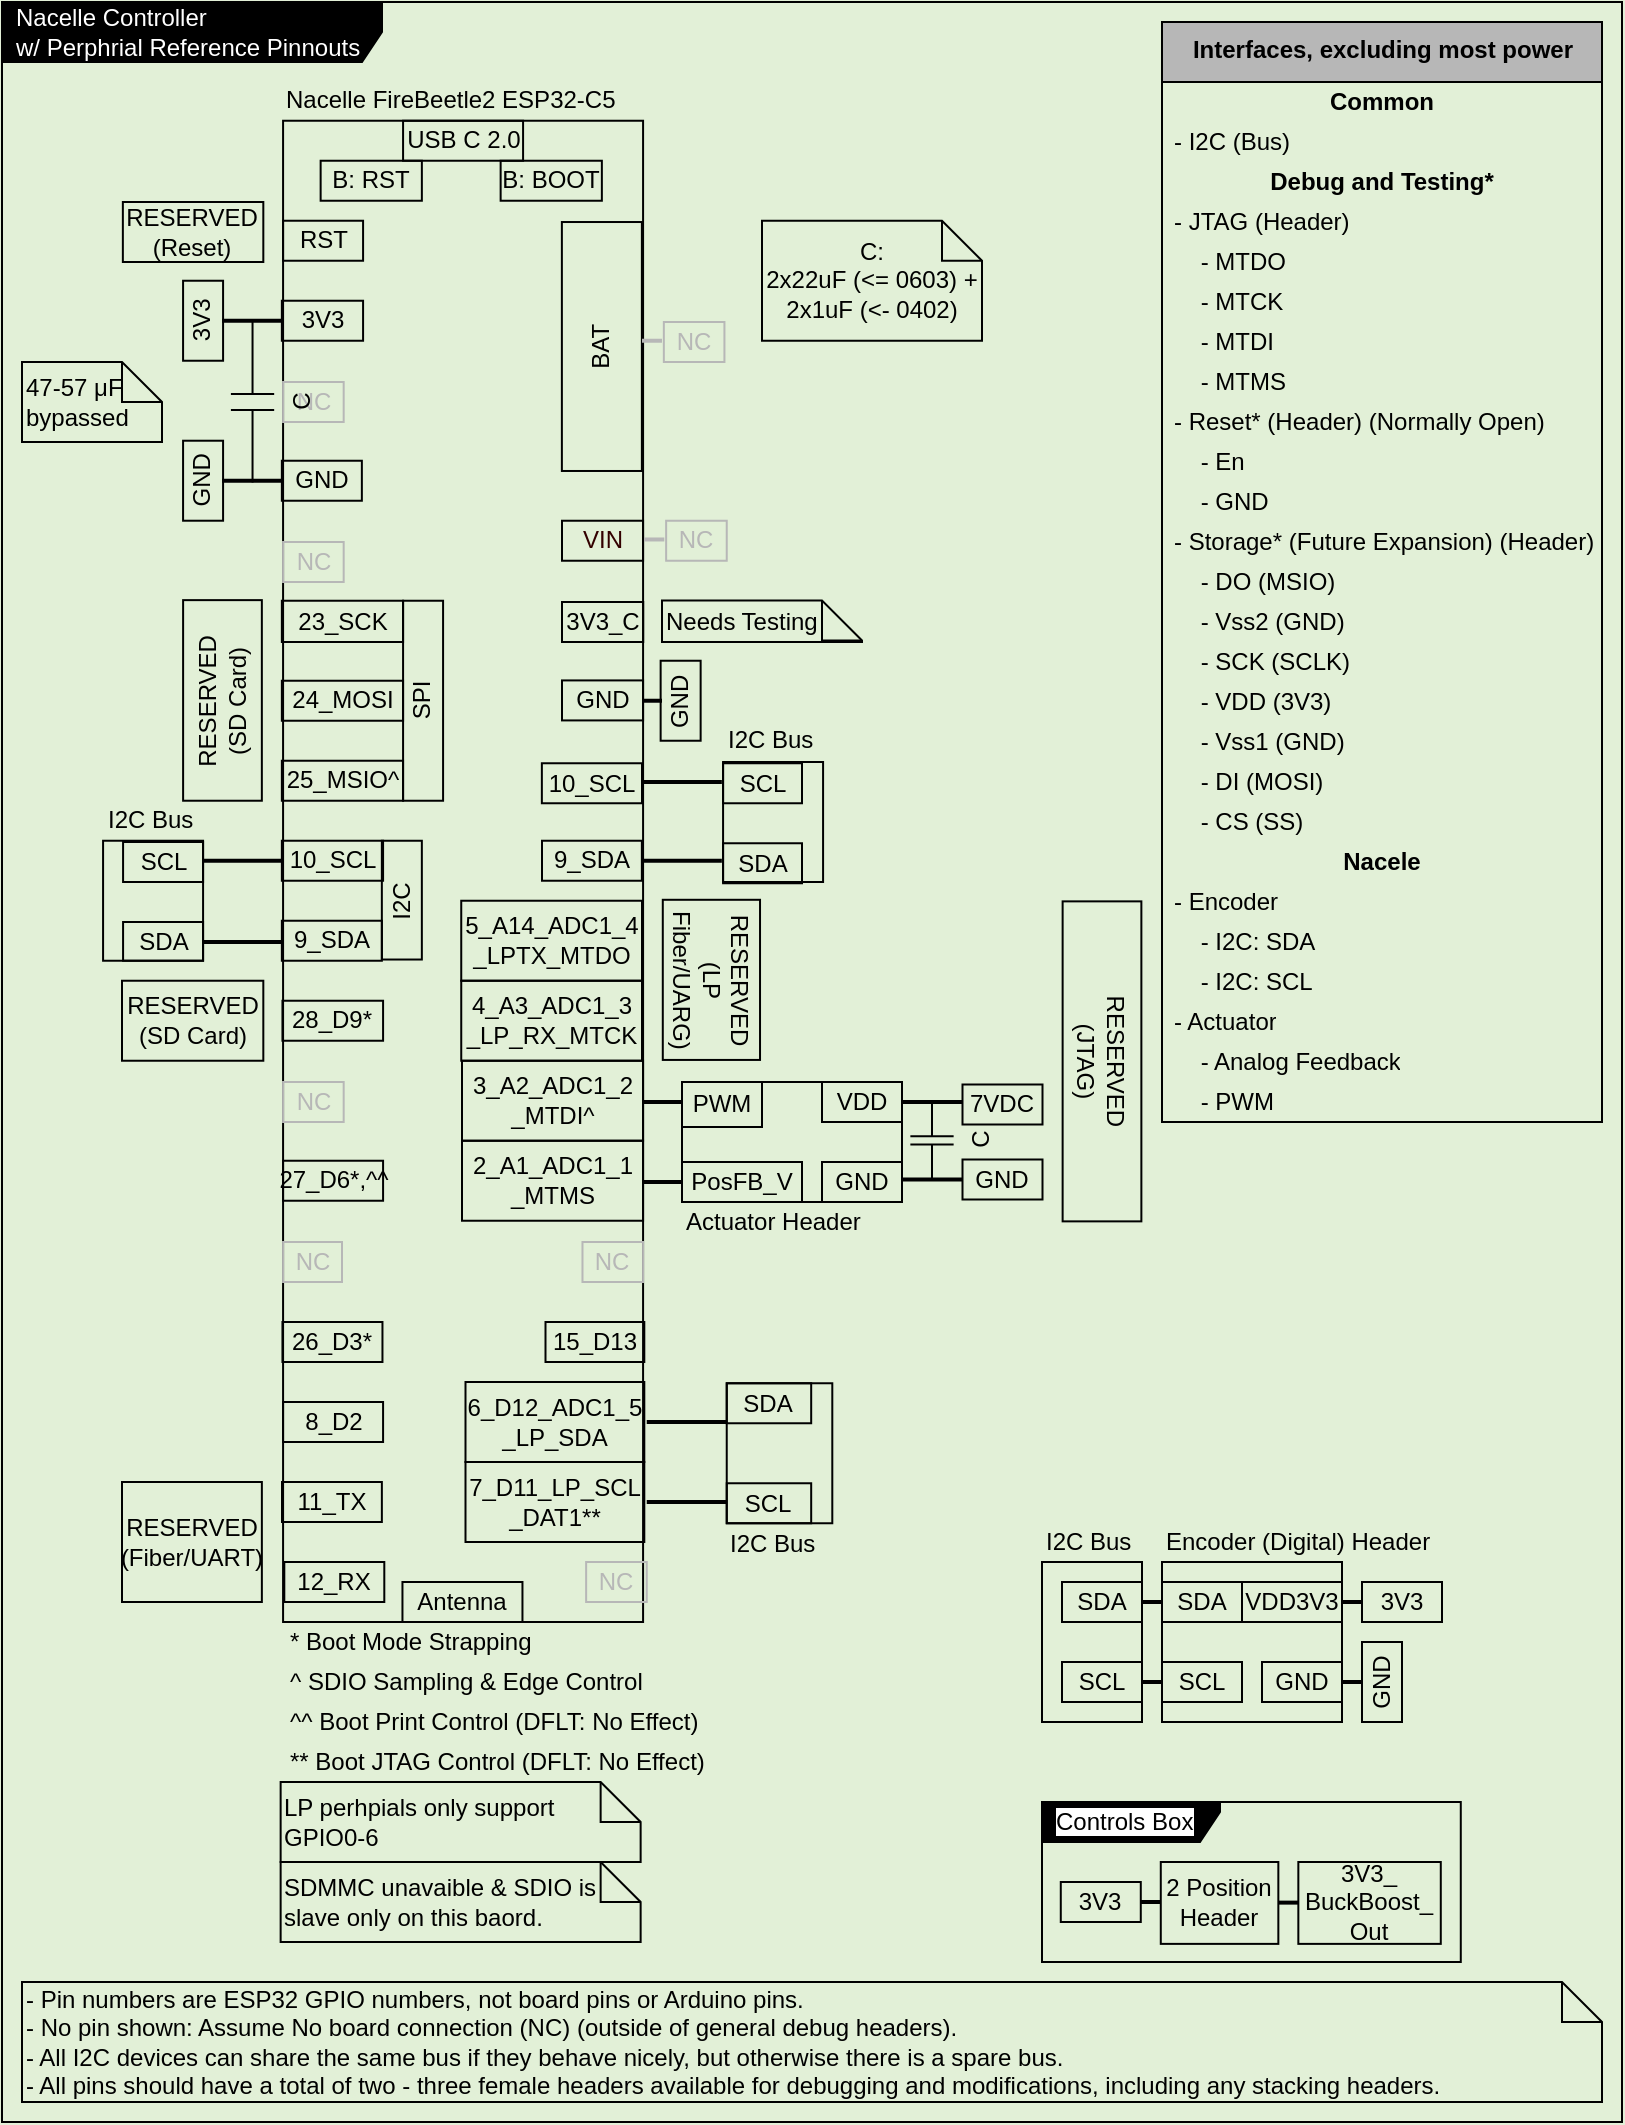
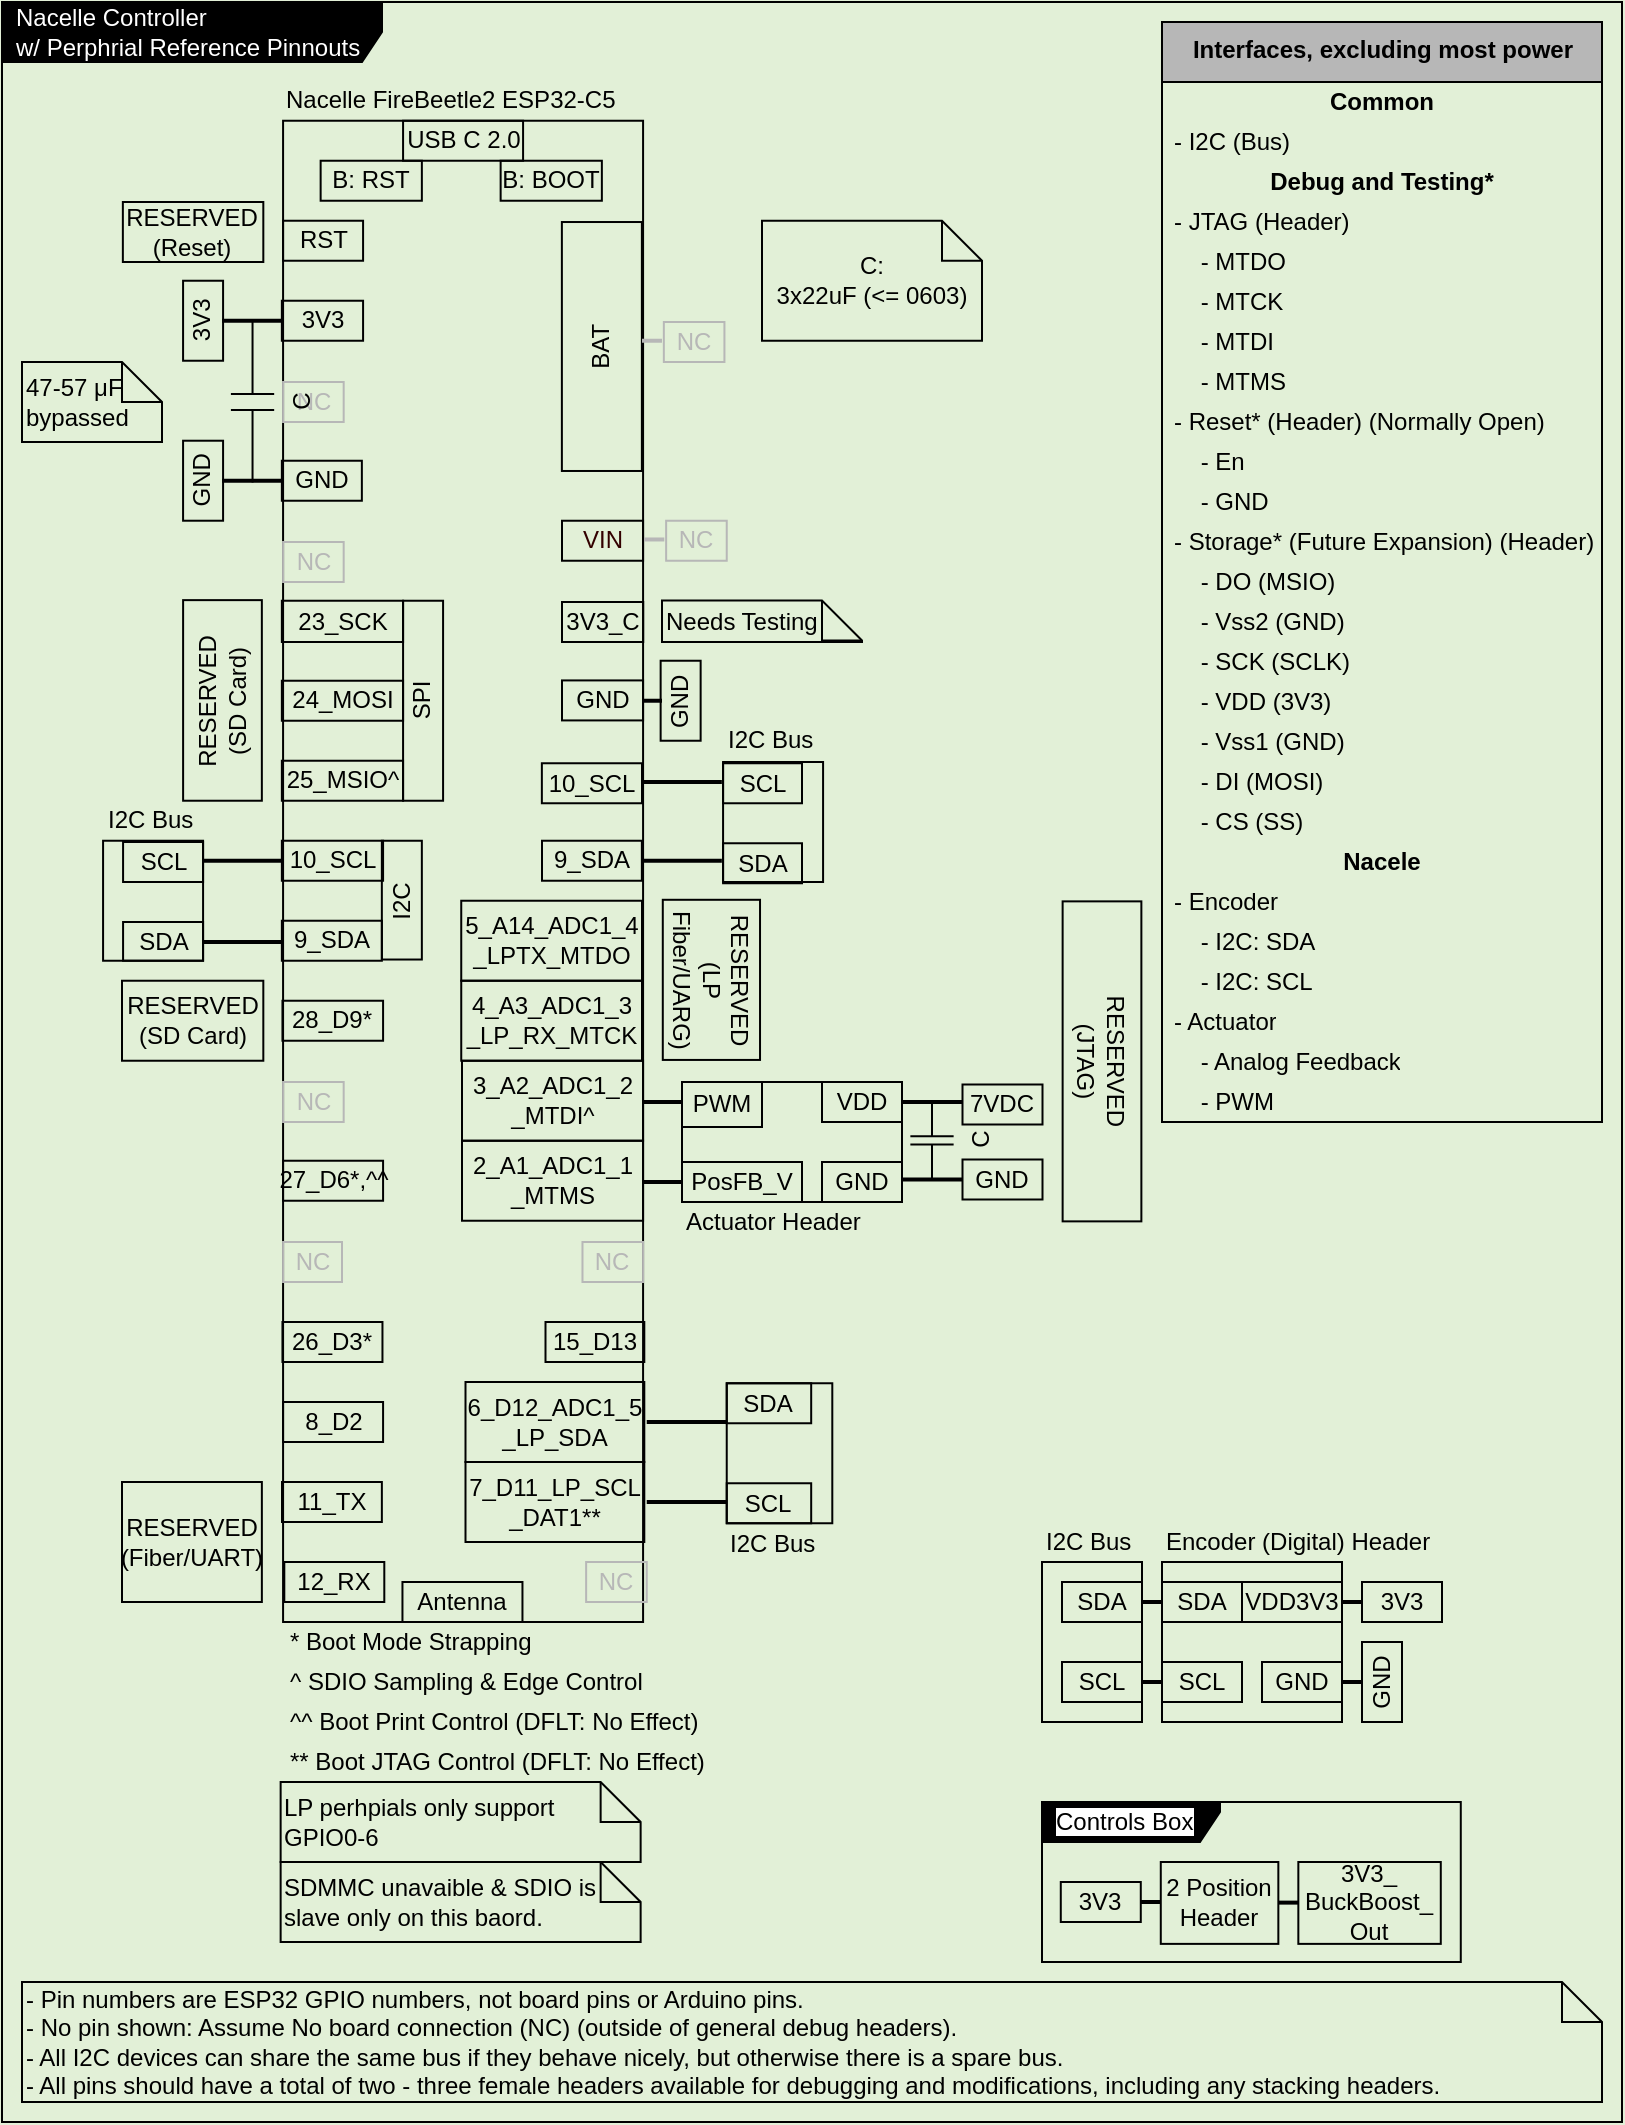
<mxfile host="65bd71144e">
    <diagram id="xW1vHMj48wwB0oUlumkL" name="Page-1">
-         <mxGraphModel dx="610" dy="497" grid="1" gridSize="10" guides="1" tooltips="1" connect="1" arrows="1" fold="1" page="1" pageScale="1" pageWidth="850" pageHeight="1100" background="#E2F0D7" math="0" shadow="0">
+         <mxGraphModel dx="702" dy="571" grid="1" gridSize="10" guides="1" tooltips="1" connect="1" arrows="1" fold="1" page="1" pageScale="1" pageWidth="850" pageHeight="1100" background="#E2F0D7" math="0" shadow="0">
            <root>
                <mxCell id="0"/>
                <mxCell id="1" parent="0"/>
                <mxCell id="521" value="&lt;font color=&quot;#ffffff&quot;&gt;Nacelle Controller&lt;br&gt;w/ Perphrial Reference Pinnouts&lt;/font&gt;" style="shape=umlFrame;whiteSpace=wrap;html=1;width=190;height=30;boundedLbl=1;verticalAlign=middle;align=left;spacingLeft=5;fontColor=#000000;strokeColor=#000000;fillColor=#000000;gradientColor=#000000;fillStyle=solid;movable=1;resizable=1;rotatable=1;deletable=1;editable=1;connectable=1;" parent="1" vertex="1">
                    <mxGeometry x="20" y="20" width="810" height="1060" as="geometry"/>
                </mxCell>
                <mxCell id="40" value="&lt;span style=&quot;color: rgba(0, 0, 0, 0); font-family: monospace; font-size: 0px; text-align: start;&quot;&gt;%3CmxGraphModel%3E%3Croot%3E%3CmxCell%20id%3D%220%22%2F%3E%3CmxCell%20id%3D%221%22%20parent%3D%220%22%2F%3E%3CmxCell%20id%3D%222%22%20value%3D%22Common%22%20style%3D%22text%3Bhtml%3D1%3BstrokeColor%3Dnone%3BfillColor%3Dnone%3Balign%3Dcenter%3BverticalAlign%3Dmiddle%3BspacingLeft%3D4%3BspacingRight%3D4%3Boverflow%3Dhidden%3Brotatable%3D0%3Bpoints%3D%5B%5B0%2C0.5%5D%2C%5B1%2C0.5%5D%5D%3BportConstraint%3Deastwest%3BfontColor%3D%23000000%3B%22%20vertex%3D%221%22%20parent%3D%221%22%3E%3CmxGeometry%20x%3D%22530%22%20y%3D%2280%22%20width%3D%22272.5%22%20height%3D%2220%22%20as%3D%22geometry%22%2F%3E%3C%2FmxCell%3E%3C%2Froot%3E%3C%2FmxGraphModel%3E&lt;/span&gt;" style="rounded=0;whiteSpace=wrap;html=1;fillColor=none;strokeColor=#000000;fontColor=#000000;" parent="1" vertex="1">
                    <mxGeometry x="160.54" y="79.37" width="180" height="750.63" as="geometry"/>
                </mxCell>
                <mxCell id="147" value="3V3" style="text;html=1;strokeColor=#000000;fillColor=none;align=center;verticalAlign=middle;whiteSpace=wrap;rounded=0;fontColor=#000000;rotation=-90;" parent="1" vertex="1">
                    <mxGeometry x="100.53999999999999" y="169.37" width="40" height="20" as="geometry"/>
                </mxCell>
                <mxCell id="41" value="RST" style="text;html=1;strokeColor=#000000;fillColor=none;align=center;verticalAlign=middle;whiteSpace=wrap;rounded=0;fontColor=#000000;" parent="1" vertex="1">
                    <mxGeometry x="160.54" y="129.37" width="40" height="20" as="geometry"/>
                </mxCell>
                <mxCell id="45" value="Nacelle FireBeetle2 ESP32-C5" style="text;html=1;strokeColor=none;fillColor=none;align=left;verticalAlign=middle;whiteSpace=wrap;rounded=0;fontColor=#000000;" parent="1" vertex="1">
                    <mxGeometry x="159.92999999999998" y="59.37" width="180.61" height="20" as="geometry"/>
                </mxCell>
                <mxCell id="46" value="3V3" style="text;html=1;strokeColor=#000000;fillColor=none;align=center;verticalAlign=middle;whiteSpace=wrap;rounded=0;fontColor=#000000;" parent="1" vertex="1">
                    <mxGeometry x="159.92999999999998" y="169.37" width="40.61" height="20" as="geometry"/>
                </mxCell>
                <mxCell id="50" value="GND" style="text;html=1;strokeColor=#000000;fillColor=none;align=center;verticalAlign=middle;whiteSpace=wrap;rounded=0;fontColor=#000000;" parent="1" vertex="1">
                    <mxGeometry x="159.92999999999998" y="249.37" width="40" height="20" as="geometry"/>
                </mxCell>
                <mxCell id="62" value="23_SCK" style="text;html=1;strokeColor=#000000;fillColor=none;align=center;verticalAlign=middle;whiteSpace=wrap;rounded=0;fontColor=#000000;" parent="1" vertex="1">
                    <mxGeometry x="159.92999999999998" y="319.37" width="60.61" height="20.63" as="geometry"/>
                </mxCell>
                <mxCell id="64" value="24_MOSI" style="text;html=1;strokeColor=#000000;fillColor=none;align=center;verticalAlign=middle;whiteSpace=wrap;rounded=0;fontColor=#000000;" parent="1" vertex="1">
                    <mxGeometry x="159.92999999999998" y="359.37" width="60.61" height="20" as="geometry"/>
                </mxCell>
                <mxCell id="66" value="25_MSIO^" style="text;html=1;strokeColor=#000000;fillColor=none;align=center;verticalAlign=middle;whiteSpace=wrap;rounded=0;fontColor=#000000;" parent="1" vertex="1">
                    <mxGeometry x="159.92999999999998" y="399.37" width="60.61" height="20" as="geometry"/>
                </mxCell>
                <mxCell id="69" value="10_SCL" style="text;html=1;strokeColor=#000000;fillColor=none;align=center;verticalAlign=middle;whiteSpace=wrap;rounded=0;fontColor=#000000;" parent="1" vertex="1">
                    <mxGeometry x="289.93" y="400.63" width="50.07" height="20" as="geometry"/>
                </mxCell>
                <mxCell id="71" value="9_SDA" style="text;html=1;strokeColor=#000000;fillColor=none;align=center;verticalAlign=middle;whiteSpace=wrap;rounded=0;fontColor=#000000;" parent="1" vertex="1">
                    <mxGeometry x="290" y="439.37" width="49.93" height="20" as="geometry"/>
                </mxCell>
                <mxCell id="73" value="5_A14_ADC1_4&lt;br&gt;_LPTX_MTDO" style="text;html=1;strokeColor=#000000;fillColor=none;align=center;verticalAlign=middle;whiteSpace=wrap;rounded=0;fontColor=#000000;" parent="1" vertex="1">
                    <mxGeometry x="249.62" y="469.37" width="90.38" height="40" as="geometry"/>
                </mxCell>
                <mxCell id="107" value="10_SCL" style="text;html=1;strokeColor=#000000;fillColor=none;align=center;verticalAlign=middle;whiteSpace=wrap;rounded=0;fontColor=#000000;" parent="1" vertex="1">
                    <mxGeometry x="159.92999999999998" y="439.37" width="50.61" height="20" as="geometry"/>
                </mxCell>
                <mxCell id="110" value="4_A3_ADC1_3&lt;br&gt;_LP_RX_MTCK" style="text;html=1;strokeColor=#000000;fillColor=none;align=center;verticalAlign=middle;whiteSpace=wrap;rounded=0;fontColor=#000000;" parent="1" vertex="1">
                    <mxGeometry x="249.62" y="509.37" width="90.38" height="40" as="geometry"/>
                </mxCell>
                <mxCell id="111" value="9_SDA" style="text;html=1;strokeColor=#000000;fillColor=none;align=center;verticalAlign=middle;whiteSpace=wrap;rounded=0;fontColor=#000000;" parent="1" vertex="1">
                    <mxGeometry x="159.92999999999998" y="479.37" width="50" height="20" as="geometry"/>
                </mxCell>
                <mxCell id="112" value="" style="line;strokeWidth=2;html=1;strokeColor=#000000;fontColor=#000000;" parent="1" vertex="1">
                    <mxGeometry x="130" y="174.37" width="29.93" height="10" as="geometry"/>
                </mxCell>
                <mxCell id="113" value="28_D9*" style="text;html=1;strokeColor=#000000;fillColor=none;align=center;verticalAlign=middle;whiteSpace=wrap;rounded=0;fontColor=#000000;" parent="1" vertex="1">
                    <mxGeometry x="160.23" y="519.37" width="50.31" height="20" as="geometry"/>
                </mxCell>
                <mxCell id="115" value="VIN" style="text;html=1;strokeColor=#000000;fillColor=none;align=center;verticalAlign=middle;whiteSpace=wrap;rounded=0;fontColor=#330000;" parent="1" vertex="1">
                    <mxGeometry x="300" y="279.37" width="40.54" height="20" as="geometry"/>
                </mxCell>
                <mxCell id="118" value="2_A1_ADC1_1&lt;br&gt;_MTMS" style="text;html=1;strokeColor=#000000;fillColor=none;align=center;verticalAlign=middle;whiteSpace=wrap;rounded=0;fontColor=#000000;" parent="1" vertex="1">
                    <mxGeometry x="250" y="589.37" width="90.54" height="40" as="geometry"/>
                </mxCell>
                <mxCell id="123" value="27_D6*,^^" style="text;html=1;strokeColor=#000000;fillColor=none;align=center;verticalAlign=middle;whiteSpace=wrap;rounded=0;fontColor=#000000;" parent="1" vertex="1">
                    <mxGeometry x="160.54" y="599.37" width="50" height="20" as="geometry"/>
                </mxCell>
                <mxCell id="131" value="USB C 2.0" style="text;html=1;strokeColor=#000000;fillColor=none;align=center;verticalAlign=middle;whiteSpace=wrap;rounded=0;fontColor=#000000;" parent="1" vertex="1">
                    <mxGeometry x="220.54" y="79.37" width="60" height="20" as="geometry"/>
                </mxCell>
                <mxCell id="177" value="3_A2_ADC1_2&lt;br&gt;_MTDI^" style="text;html=1;strokeColor=#000000;fillColor=none;align=center;verticalAlign=middle;whiteSpace=wrap;rounded=0;fontColor=#000000;" parent="1" vertex="1">
                    <mxGeometry x="250" y="549.37" width="90.54" height="40" as="geometry"/>
                </mxCell>
                <mxCell id="297" value="&lt;font style=&quot;color: light-dark(rgb(0, 0, 0), rgb(255, 255, 255));&quot;&gt;&lt;b style=&quot;&quot;&gt;Interfaces, excluding most power&lt;/b&gt;&lt;/font&gt;" style="swimlane;fontStyle=0;align=center;verticalAlign=top;childLayout=stackLayout;horizontal=1;startSize=30;horizontalStack=0;resizeParent=1;resizeParentMax=0;resizeLast=0;collapsible=0;marginBottom=0;html=1;fontColor=#000000;strokeColor=#000000;fillColor=#b7b7b7;" parent="1" vertex="1">
                    <mxGeometry x="600" y="30" width="220" height="550" as="geometry"/>
                </mxCell>
                <mxCell id="298" value="&lt;b&gt;&lt;font style=&quot;color: light-dark(rgb(0, 0, 0), rgb(255, 255, 255));&quot;&gt;Common&lt;/font&gt;&lt;/b&gt;" style="text;html=1;strokeColor=none;fillColor=none;align=center;verticalAlign=middle;spacingLeft=4;spacingRight=4;overflow=hidden;rotatable=0;points=[[0,0.5],[1,0.5]];portConstraint=eastwest;fontColor=#000000;" parent="297" vertex="1">
                    <mxGeometry y="30" width="220" height="20" as="geometry"/>
                </mxCell>
                <mxCell id="299" value="- I2C (Bus)" style="text;html=1;align=left;verticalAlign=middle;spacingLeft=4;spacingRight=4;overflow=hidden;rotatable=0;points=[[0,0.5],[1,0.5]];portConstraint=eastwest;fontColor=#000000;strokeColor=none;" parent="297" vertex="1">
                    <mxGeometry y="50" width="220" height="20" as="geometry"/>
                </mxCell>
                <mxCell id="302" value="&lt;b&gt;&lt;font style=&quot;color: light-dark(rgb(0, 0, 0), rgb(255, 255, 255));&quot;&gt;Debug and Testing*&lt;/font&gt;&lt;/b&gt;" style="text;html=1;strokeColor=none;fillColor=none;align=center;verticalAlign=middle;spacingLeft=4;spacingRight=4;overflow=hidden;rotatable=0;points=[[0,0.5],[1,0.5]];portConstraint=eastwest;fontColor=#000000;" parent="297" vertex="1">
                    <mxGeometry y="70" width="220" height="20" as="geometry"/>
                </mxCell>
                <mxCell id="309" value="- JTAG (Header)" style="text;html=1;align=left;verticalAlign=middle;spacingLeft=4;spacingRight=4;overflow=hidden;rotatable=0;points=[[0,0.5],[1,0.5]];portConstraint=eastwest;fontColor=#000000;strokeColor=none;" parent="297" vertex="1">
                    <mxGeometry y="90" width="220" height="20" as="geometry"/>
                </mxCell>
                <mxCell id="313" value="&amp;nbsp; &amp;nbsp; - MTDO" style="text;html=1;align=left;verticalAlign=middle;spacingLeft=4;spacingRight=4;overflow=hidden;rotatable=0;points=[[0,0.5],[1,0.5]];portConstraint=eastwest;fontColor=#000000;strokeColor=none;" parent="297" vertex="1">
                    <mxGeometry y="110" width="220" height="20" as="geometry"/>
                </mxCell>
                <mxCell id="314" value="&amp;nbsp; &amp;nbsp; - MTCK" style="text;html=1;align=left;verticalAlign=middle;spacingLeft=4;spacingRight=4;overflow=hidden;rotatable=0;points=[[0,0.5],[1,0.5]];portConstraint=eastwest;fontColor=#000000;strokeColor=none;" parent="297" vertex="1">
                    <mxGeometry y="130" width="220" height="20" as="geometry"/>
                </mxCell>
                <mxCell id="315" value="&amp;nbsp; &amp;nbsp; - MTDI" style="text;html=1;align=left;verticalAlign=middle;spacingLeft=4;spacingRight=4;overflow=hidden;rotatable=0;points=[[0,0.5],[1,0.5]];portConstraint=eastwest;fontColor=#000000;strokeColor=none;" parent="297" vertex="1">
                    <mxGeometry y="150" width="220" height="20" as="geometry"/>
                </mxCell>
                <mxCell id="310" value="&amp;nbsp; &amp;nbsp; - MTMS" style="text;html=1;align=left;verticalAlign=middle;spacingLeft=4;spacingRight=4;overflow=hidden;rotatable=0;points=[[0,0.5],[1,0.5]];portConstraint=eastwest;fontColor=#000000;strokeColor=none;" parent="297" vertex="1">
                    <mxGeometry y="170" width="220" height="20" as="geometry"/>
                </mxCell>
                <mxCell id="303" value="- Reset* (Header) (Normally Open)" style="text;html=1;align=left;verticalAlign=middle;spacingLeft=4;spacingRight=4;overflow=hidden;rotatable=0;points=[[0,0.5],[1,0.5]];portConstraint=eastwest;fontColor=#000000;strokeColor=none;" parent="297" vertex="1">
                    <mxGeometry y="190" width="220" height="20" as="geometry"/>
                </mxCell>
                <mxCell id="304" value="&amp;nbsp; &amp;nbsp; - En" style="text;html=1;align=left;verticalAlign=middle;spacingLeft=4;spacingRight=4;overflow=hidden;rotatable=0;points=[[0,0.5],[1,0.5]];portConstraint=eastwest;fontColor=#000000;strokeColor=none;" parent="297" vertex="1">
                    <mxGeometry y="210" width="220" height="20" as="geometry"/>
                </mxCell>
                <mxCell id="305" value="&amp;nbsp; &amp;nbsp; - GND" style="text;html=1;align=left;verticalAlign=middle;spacingLeft=4;spacingRight=4;overflow=hidden;rotatable=0;points=[[0,0.5],[1,0.5]];portConstraint=eastwest;fontColor=#000000;strokeColor=none;" parent="297" vertex="1">
                    <mxGeometry y="230" width="220" height="20" as="geometry"/>
                </mxCell>
                <mxCell id="316" value="- Storage* (Future Expansion) (Header)" style="text;html=1;align=left;verticalAlign=middle;spacingLeft=4;spacingRight=4;overflow=hidden;rotatable=0;points=[[0,0.5],[1,0.5]];portConstraint=eastwest;fontColor=#000000;strokeColor=none;" parent="297" vertex="1">
                    <mxGeometry y="250" width="220" height="20" as="geometry"/>
                </mxCell>
                <mxCell id="317" value="&lt;font style=&quot;&quot;&gt;&lt;font style=&quot;color: light-dark(rgb(0, 0, 0), rgb(255, 255, 255));&quot;&gt;&amp;nbsp; &amp;nbsp; -&amp;nbsp;&lt;/font&gt;&lt;span style=&quot;text-align: center;&quot;&gt;&lt;font style=&quot;color: light-dark(rgb(0, 0, 0), rgb(255, 255, 255));&quot;&gt;DO (MSIO)&lt;/font&gt;&lt;/span&gt;&lt;/font&gt;" style="text;html=1;align=left;verticalAlign=middle;spacingLeft=4;spacingRight=4;overflow=hidden;rotatable=0;points=[[0,0.5],[1,0.5]];portConstraint=eastwest;fontColor=#000000;strokeColor=none;" parent="297" vertex="1">
                    <mxGeometry y="270" width="220" height="20" as="geometry"/>
                </mxCell>
                <mxCell id="318" value="&amp;nbsp; &amp;nbsp; - Vss2 (GND)" style="text;html=1;align=left;verticalAlign=middle;spacingLeft=4;spacingRight=4;overflow=hidden;rotatable=0;points=[[0,0.5],[1,0.5]];portConstraint=eastwest;fontColor=#000000;strokeColor=none;" parent="297" vertex="1">
                    <mxGeometry y="290" width="220" height="20" as="geometry"/>
                </mxCell>
                <mxCell id="319" value="&lt;font style=&quot;&quot;&gt;&lt;font style=&quot;color: light-dark(rgb(0, 0, 0), rgb(255, 255, 255));&quot;&gt;&amp;nbsp; &amp;nbsp; -&amp;nbsp;&lt;/font&gt;&lt;span style=&quot;text-align: center;&quot;&gt;&lt;font style=&quot;color: light-dark(rgb(0, 0, 0), rgb(255, 255, 255));&quot;&gt;SCK (SCLK)&lt;/font&gt;&lt;/span&gt;&lt;/font&gt;" style="text;html=1;align=left;verticalAlign=middle;spacingLeft=4;spacingRight=4;overflow=hidden;rotatable=0;points=[[0,0.5],[1,0.5]];portConstraint=eastwest;fontColor=#000000;strokeColor=none;" parent="297" vertex="1">
                    <mxGeometry y="310" width="220" height="20" as="geometry"/>
                </mxCell>
                <mxCell id="320" value="&amp;nbsp; &amp;nbsp; - VDD (3V3)" style="text;html=1;align=left;verticalAlign=middle;spacingLeft=4;spacingRight=4;overflow=hidden;rotatable=0;points=[[0,0.5],[1,0.5]];portConstraint=eastwest;fontColor=#000000;strokeColor=none;" parent="297" vertex="1">
                    <mxGeometry y="330" width="220" height="20" as="geometry"/>
                </mxCell>
                <mxCell id="321" value="&amp;nbsp; &amp;nbsp; - Vss1 (GND)" style="text;html=1;align=left;verticalAlign=middle;spacingLeft=4;spacingRight=4;overflow=hidden;rotatable=0;points=[[0,0.5],[1,0.5]];portConstraint=eastwest;fontColor=#000000;strokeColor=none;" parent="297" vertex="1">
                    <mxGeometry y="350" width="220" height="20" as="geometry"/>
                </mxCell>
                <mxCell id="322" value="&lt;font style=&quot;&quot;&gt;&lt;font style=&quot;color: light-dark(rgb(0, 0, 0), rgb(255, 255, 255));&quot;&gt;&amp;nbsp; &amp;nbsp; -&amp;nbsp;&lt;/font&gt;&lt;span style=&quot;text-align: center;&quot;&gt;&lt;font style=&quot;color: light-dark(rgb(0, 0, 0), rgb(255, 255, 255));&quot;&gt;DI (MOSI)&lt;/font&gt;&lt;/span&gt;&lt;/font&gt;" style="text;html=1;align=left;verticalAlign=middle;spacingLeft=4;spacingRight=4;overflow=hidden;rotatable=0;points=[[0,0.5],[1,0.5]];portConstraint=eastwest;fontColor=#000000;strokeColor=none;" parent="297" vertex="1">
                    <mxGeometry y="370" width="220" height="20" as="geometry"/>
                </mxCell>
                <mxCell id="323" value="&amp;nbsp; &amp;nbsp; - CS (SS)" style="text;html=1;align=left;verticalAlign=middle;spacingLeft=4;spacingRight=4;overflow=hidden;rotatable=0;points=[[0,0.5],[1,0.5]];portConstraint=eastwest;fontColor=#000000;strokeColor=none;" parent="297" vertex="1">
                    <mxGeometry y="390" width="220" height="20" as="geometry"/>
                </mxCell>
                <mxCell id="509" value="&lt;b&gt;&lt;font style=&quot;color: light-dark(rgb(0, 0, 0), rgb(255, 255, 255));&quot;&gt;Nacele&lt;/font&gt;&lt;/b&gt;" style="text;html=1;strokeColor=none;fillColor=none;align=center;verticalAlign=middle;spacingLeft=4;spacingRight=4;overflow=hidden;rotatable=0;points=[[0,0.5],[1,0.5]];portConstraint=eastwest;fontColor=#000000;" parent="297" vertex="1">
                    <mxGeometry y="410" width="220" height="20" as="geometry"/>
                </mxCell>
                <mxCell id="510" value="- Encoder&lt;span style=&quot;color: rgba(0, 0, 0, 0); font-family: monospace; font-size: 0px;&quot;&gt;%3CmxGraphModel%3E%3Croot%3E%3CmxCell%20id%3D%220%22%2F%3E%3CmxCell%20id%3D%221%22%20parent%3D%220%22%2F%3E%3CmxCell%20id%3D%222%22%20value%3D%22%26amp%3Bnbsp%3B%20%26amp%3Bnbsp%3B%20-%20CS%20(SS)%22%20style%3D%22text%3Bhtml%3D1%3Balign%3Dleft%3BverticalAlign%3Dmiddle%3BspacingLeft%3D4%3BspacingRight%3D4%3Boverflow%3Dhidden%3Brotatable%3D0%3Bpoints%3D%5B%5B0%2C0.5%5D%2C%5B1%2C0.5%5D%5D%3BportConstraint%3Deastwest%3BfontColor%3D%23000000%3BstrokeColor%3Dnone%3B%22%20vertex%3D%221%22%20parent%3D%221%22%3E%3CmxGeometry%20x%3D%22610%22%20y%3D%22575%22%20width%3D%22220%22%20height%3D%2220%22%20as%3D%22geometry%22%2F%3E%3C%2FmxCell%3E%3C%2Froot%3E%3C%2FmxGraphModel%3E&lt;/span&gt;" style="text;html=1;align=left;verticalAlign=middle;spacingLeft=4;spacingRight=4;overflow=hidden;rotatable=0;points=[[0,0.5],[1,0.5]];portConstraint=eastwest;fontColor=#000000;strokeColor=none;" parent="297" vertex="1">
                    <mxGeometry y="430" width="220" height="20" as="geometry"/>
                </mxCell>
                <mxCell id="617" value="&amp;nbsp; &amp;nbsp; - I2C: SDA" style="text;html=1;align=left;verticalAlign=middle;spacingLeft=4;spacingRight=4;overflow=hidden;rotatable=0;points=[[0,0.5],[1,0.5]];portConstraint=eastwest;fontColor=#000000;strokeColor=none;" parent="297" vertex="1">
                    <mxGeometry y="450" width="220" height="20" as="geometry"/>
                </mxCell>
                <mxCell id="618" value="&amp;nbsp; &amp;nbsp; - I2C: SCL" style="text;html=1;align=left;verticalAlign=middle;spacingLeft=4;spacingRight=4;overflow=hidden;rotatable=0;points=[[0,0.5],[1,0.5]];portConstraint=eastwest;fontColor=#000000;strokeColor=none;" parent="297" vertex="1">
                    <mxGeometry y="470" width="220" height="20" as="geometry"/>
                </mxCell>
                <mxCell id="515" value="- Actuator&lt;span style=&quot;color: rgba(0, 0, 0, 0); font-family: monospace; font-size: 0px;&quot;&gt;%3CmxGraphModel%3E%3Croot%3E%3CmxCell%20id%3D%220%22%2F%3E%3CmxCell%20id%3D%221%22%20parent%3D%220%22%2F%3E%3CmxCell%20id%3D%222%22%20value%3D%22%26amp%3Bnbsp%3B%20%26amp%3Bnbsp%3B%20-%20CS%20(SS)%22%20style%3D%22text%3Bhtml%3D1%3Balign%3Dleft%3BverticalAlign%3Dmiddle%3BspacingLeft%3D4%3BspacingRight%3D4%3Boverflow%3Dhidden%3Brotatable%3D0%3Bpoints%3D%5B%5B0%2C0.5%5D%2C%5B1%2C0.5%5D%5D%3BportConstraint%3Deastwest%3BfontColor%3D%23000000%3BstrokeColor%3Dnone%3B%22%20vertex%3D%221%22%20parent%3D%221%22%3E%3CmxGeometry%20x%3D%22610%22%20y%3D%22575%22%20width%3D%22220%22%20height%3D%2220%22%20as%3D%22geometry%22%2F%3E%3C%2FmxCell%3E%3C%2Froot%3E%3C%2FmxGraphModel%3E&lt;/span&gt;" style="text;html=1;align=left;verticalAlign=middle;spacingLeft=4;spacingRight=4;overflow=hidden;rotatable=0;points=[[0,0.5],[1,0.5]];portConstraint=eastwest;fontColor=#000000;strokeColor=none;" parent="297" vertex="1">
                    <mxGeometry y="490" width="220" height="20" as="geometry"/>
                </mxCell>
                <mxCell id="517" value="&amp;nbsp; &amp;nbsp; - Analog Feedback" style="text;html=1;align=left;verticalAlign=middle;spacingLeft=4;spacingRight=4;overflow=hidden;rotatable=0;points=[[0,0.5],[1,0.5]];portConstraint=eastwest;fontColor=#000000;strokeColor=none;" parent="297" vertex="1">
                    <mxGeometry y="510" width="220" height="20" as="geometry"/>
                </mxCell>
                <mxCell id="516" value="&amp;nbsp; &amp;nbsp; - PWM" style="text;html=1;align=left;verticalAlign=middle;spacingLeft=4;spacingRight=4;overflow=hidden;rotatable=0;points=[[0,0.5],[1,0.5]];portConstraint=eastwest;fontColor=#000000;strokeColor=none;" parent="297" vertex="1">
                    <mxGeometry y="530" width="220" height="20" as="geometry"/>
                </mxCell>
                <mxCell id="432" value="* Boot Mode Strapping" style="text;html=1;strokeColor=none;fillColor=none;align=left;verticalAlign=middle;whiteSpace=wrap;rounded=0;fontColor=#000000;" parent="1" vertex="1">
                    <mxGeometry x="161.76" y="830" width="180.61" height="20" as="geometry"/>
                </mxCell>
                <mxCell id="455" value="&lt;div&gt;&lt;font style=&quot;color: light-dark(rgb(0, 0, 0), rgb(255, 255, 255));&quot;&gt;- Pin numbers are ESP32 GPIO numbers, not board pins or Arduino pins.&lt;/font&gt;&lt;/div&gt;- No pin shown: Assume No board connection (NC) (outside of general debug headers).&lt;br&gt;- All I2C devices can share the same bus if they behave nicely, but otherwise there is a spare bus.&lt;div&gt;&lt;font style=&quot;color: light-dark(rgb(0, 0, 0), rgb(255, 255, 255));&quot;&gt;- All pins should have a total of two - three female headers available&amp;nbsp;for debugging and modifications, including any stacking headers.&lt;/font&gt;&lt;/div&gt;" style="shape=note;size=20;whiteSpace=wrap;html=1;strokeColor=#000000;fontColor=#000000;fillColor=none;align=left;" parent="1" vertex="1">
                    <mxGeometry x="30" y="1010" width="790" height="60" as="geometry"/>
                </mxCell>
                <mxCell id="554" value="SDMMC unavaible &amp;amp; SDIO is slave only on this baord." style="shape=note;size=20;whiteSpace=wrap;html=1;strokeColor=#000000;fontColor=#000000;fillColor=none;align=left;" parent="1" vertex="1">
                    <mxGeometry x="159.32" y="950" width="180" height="40" as="geometry"/>
                </mxCell>
                <mxCell id="703" value="" style="group" parent="1" vertex="1" connectable="0">
                    <mxGeometry x="540" y="780" width="200" height="100" as="geometry"/>
                </mxCell>
                <mxCell id="704" value="Encoder (Digital) Header" style="text;html=1;strokeColor=none;fillColor=none;align=left;verticalAlign=middle;whiteSpace=wrap;rounded=0;fontColor=#000000;container=0;" parent="703" vertex="1">
                    <mxGeometry x="60" width="140" height="20" as="geometry"/>
                </mxCell>
                <mxCell id="705" value="" style="rounded=0;whiteSpace=wrap;html=1;fillColor=none;strokeColor=#000000;fontColor=#000000;container=0;" parent="703" vertex="1">
                    <mxGeometry x="60" y="20" width="90" height="80" as="geometry"/>
                </mxCell>
                <mxCell id="706" value="SDA" style="text;html=1;strokeColor=#000000;fillColor=none;align=center;verticalAlign=middle;whiteSpace=wrap;rounded=0;fontColor=#000000;container=0;" parent="703" vertex="1">
                    <mxGeometry x="60" y="30" width="40" height="20" as="geometry"/>
                </mxCell>
                <mxCell id="707" value="SCL" style="text;html=1;strokeColor=#000000;fillColor=none;align=center;verticalAlign=middle;whiteSpace=wrap;rounded=0;fontColor=#000000;container=0;" parent="703" vertex="1">
                    <mxGeometry x="60" y="70" width="40" height="20" as="geometry"/>
                </mxCell>
                <mxCell id="708" value="VDD3V3" style="text;html=1;strokeColor=#000000;fillColor=none;align=center;verticalAlign=middle;whiteSpace=wrap;rounded=0;fontColor=#000000;container=0;" parent="703" vertex="1">
                    <mxGeometry x="100" y="30" width="50" height="20" as="geometry"/>
                </mxCell>
                <mxCell id="709" value="GND" style="text;html=1;strokeColor=#000000;fillColor=none;align=center;verticalAlign=middle;whiteSpace=wrap;rounded=0;fontColor=#000000;container=0;" parent="703" vertex="1">
                    <mxGeometry x="110" y="70" width="40" height="20" as="geometry"/>
                </mxCell>
                <mxCell id="710" value="GND" style="text;html=1;strokeColor=#000000;fillColor=none;align=center;verticalAlign=middle;whiteSpace=wrap;rounded=0;fontColor=#000000;container=0;rotation=-90;" parent="703" vertex="1">
                    <mxGeometry x="150" y="70" width="40" height="20" as="geometry"/>
                </mxCell>
                <mxCell id="711" value="3V3" style="text;html=1;strokeColor=#000000;fillColor=none;align=center;verticalAlign=middle;whiteSpace=wrap;rounded=0;fontColor=#000000;container=0;" parent="703" vertex="1">
                    <mxGeometry x="160" y="30" width="40" height="20" as="geometry"/>
                </mxCell>
                <mxCell id="712" value="" style="line;strokeWidth=2;html=1;strokeColor=#000000;fontColor=#000000;container=0;" parent="703" vertex="1">
                    <mxGeometry x="50" y="35" width="10" height="10" as="geometry"/>
                </mxCell>
                <mxCell id="713" value="" style="line;strokeWidth=2;html=1;strokeColor=#000000;fontColor=#000000;container=0;" parent="703" vertex="1">
                    <mxGeometry x="50" y="75" width="10" height="10" as="geometry"/>
                </mxCell>
                <mxCell id="714" value="" style="line;strokeWidth=2;html=1;strokeColor=#000000;fontColor=#000000;container=0;" parent="703" vertex="1">
                    <mxGeometry x="150" y="35" width="10" height="10" as="geometry"/>
                </mxCell>
                <mxCell id="715" value="" style="line;strokeWidth=2;html=1;strokeColor=#000000;fontColor=#000000;container=0;" parent="703" vertex="1">
                    <mxGeometry x="150" y="75" width="10" height="10" as="geometry"/>
                </mxCell>
                <mxCell id="716" value="I2C Bus" style="text;html=1;strokeColor=none;fillColor=none;align=left;verticalAlign=middle;whiteSpace=wrap;rounded=0;fontColor=#000000;container=0;" parent="703" vertex="1">
                    <mxGeometry width="50" height="20" as="geometry"/>
                </mxCell>
                <mxCell id="717" value="" style="rounded=0;whiteSpace=wrap;html=1;fillColor=none;strokeColor=#000000;fontColor=#000000;container=0;" parent="703" vertex="1">
                    <mxGeometry y="20" width="50" height="80" as="geometry"/>
                </mxCell>
                <mxCell id="718" value="SDA" style="text;html=1;strokeColor=#000000;fillColor=none;align=center;verticalAlign=middle;whiteSpace=wrap;rounded=0;fontColor=#000000;container=0;" parent="703" vertex="1">
                    <mxGeometry x="10" y="30" width="40" height="20" as="geometry"/>
                </mxCell>
                <mxCell id="719" value="SCL" style="text;html=1;strokeColor=#000000;fillColor=none;align=center;verticalAlign=middle;whiteSpace=wrap;rounded=0;fontColor=#000000;container=0;" parent="703" vertex="1">
                    <mxGeometry x="10" y="70" width="40" height="20" as="geometry"/>
                </mxCell>
                <mxCell id="720" value="B: RST" style="text;html=1;strokeColor=#000000;fillColor=none;align=center;verticalAlign=middle;whiteSpace=wrap;rounded=0;fontColor=#000000;" parent="1" vertex="1">
                    <mxGeometry x="179.32" y="99.37" width="50.61" height="20" as="geometry"/>
                </mxCell>
                <mxCell id="721" value="B: BOOT" style="text;html=1;strokeColor=#000000;fillColor=none;align=center;verticalAlign=middle;whiteSpace=wrap;rounded=0;fontColor=#000000;" parent="1" vertex="1">
                    <mxGeometry x="269.32000000000005" y="99.37" width="50.61" height="20" as="geometry"/>
                </mxCell>
                <mxCell id="724" value="BAT" style="text;html=1;strokeColor=#000000;fillColor=none;align=center;verticalAlign=middle;whiteSpace=wrap;rounded=0;fontColor=#000000;rotation=-90;" parent="1" vertex="1">
                    <mxGeometry x="257.7" y="172.25" width="124.48" height="40" as="geometry"/>
                </mxCell>
                <mxCell id="725" value="GND" style="text;html=1;strokeColor=#000000;fillColor=none;align=center;verticalAlign=middle;whiteSpace=wrap;rounded=0;fontColor=#000000;rotation=-90;" parent="1" vertex="1">
                    <mxGeometry x="100.53999999999999" y="249.36" width="40" height="20" as="geometry"/>
                </mxCell>
                <mxCell id="727" value="" style="line;strokeWidth=2;html=1;strokeColor=#000000;fontColor=#000000;" parent="1" vertex="1">
                    <mxGeometry x="130" y="254.37" width="30.54" height="10" as="geometry"/>
                </mxCell>
                <mxCell id="731" value="SPI" style="text;html=1;strokeColor=#000000;fillColor=none;align=center;verticalAlign=middle;whiteSpace=wrap;rounded=0;fontColor=#000000;rotation=-90;" parent="1" vertex="1">
                    <mxGeometry x="180.54" y="359.37" width="100" height="20" as="geometry"/>
                </mxCell>
                <mxCell id="735" value="" style="group" parent="1" vertex="1" connectable="0">
                    <mxGeometry x="70.54" y="409.37" width="90" height="110.63" as="geometry"/>
                </mxCell>
                <mxCell id="505" value="" style="line;strokeWidth=2;html=1;strokeColor=#000000;fontColor=#000000;" parent="735" vertex="1">
                    <mxGeometry x="50" y="35" width="40" height="10" as="geometry"/>
                </mxCell>
                <mxCell id="506" value="" style="line;strokeWidth=2;html=1;strokeColor=#000000;fontColor=#000000;" parent="735" vertex="1">
                    <mxGeometry x="50" y="75.63" width="40" height="10" as="geometry"/>
                </mxCell>
                <mxCell id="590" value="" style="rounded=0;whiteSpace=wrap;html=1;fillColor=none;strokeColor=#000000;fontColor=#000000;container=0;" parent="735" vertex="1">
                    <mxGeometry y="30" width="50" height="60" as="geometry"/>
                </mxCell>
                <mxCell id="592" value="SCL" style="text;html=1;strokeColor=#000000;fillColor=none;align=center;verticalAlign=middle;whiteSpace=wrap;rounded=0;fontColor=#000000;container=0;" parent="735" vertex="1">
                    <mxGeometry x="10" y="30.629999999999995" width="40" height="20" as="geometry"/>
                </mxCell>
                <mxCell id="593" value="SDA" style="text;html=1;strokeColor=#000000;fillColor=none;align=center;verticalAlign=middle;whiteSpace=wrap;rounded=0;fontColor=#000000;container=0;" parent="735" vertex="1">
                    <mxGeometry x="10" y="70.63" width="40" height="19.37" as="geometry"/>
                </mxCell>
                <mxCell id="591" value="I2C Bus" style="text;html=1;strokeColor=none;fillColor=none;align=left;verticalAlign=middle;whiteSpace=wrap;rounded=0;fontColor=#000000;container=0;" parent="735" vertex="1">
                    <mxGeometry y="10" width="50" height="20" as="geometry"/>
                </mxCell>
                <mxCell id="736" value="I2C" style="text;html=1;strokeColor=#000000;fillColor=none;align=center;verticalAlign=middle;whiteSpace=wrap;rounded=0;fontColor=#000000;rotation=-90;" parent="1" vertex="1">
                    <mxGeometry x="190.23" y="459.07" width="59.39" height="20" as="geometry"/>
                </mxCell>
                <mxCell id="737" value="8_D2" style="text;html=1;strokeColor=#000000;fillColor=none;align=center;verticalAlign=middle;whiteSpace=wrap;rounded=0;fontColor=#000000;" parent="1" vertex="1">
                    <mxGeometry x="160.54" y="720" width="50" height="20" as="geometry"/>
                </mxCell>
                <mxCell id="738" value="11_TX" style="text;html=1;strokeColor=#000000;fillColor=none;align=center;verticalAlign=middle;whiteSpace=wrap;rounded=0;fontColor=#000000;" parent="1" vertex="1">
                    <mxGeometry x="160" y="760" width="49.93" height="20" as="geometry"/>
                </mxCell>
                <mxCell id="739" value="12_RX" style="text;html=1;strokeColor=#000000;fillColor=none;align=center;verticalAlign=middle;whiteSpace=wrap;rounded=0;fontColor=#000000;" parent="1" vertex="1">
                    <mxGeometry x="161.15" y="800" width="50" height="20" as="geometry"/>
                </mxCell>
                <mxCell id="741" value="Antenna" style="text;html=1;strokeColor=#000000;fillColor=none;align=center;verticalAlign=middle;whiteSpace=wrap;rounded=0;fontColor=#000000;" parent="1" vertex="1">
                    <mxGeometry x="220.23" y="810" width="60" height="20" as="geometry"/>
                </mxCell>
                <mxCell id="748" value="NC" style="text;html=1;strokeColor=#B7B7B7;fillColor=none;align=center;verticalAlign=middle;whiteSpace=wrap;rounded=0;fontColor=#B7B7B7;" parent="1" vertex="1">
                    <mxGeometry x="160.54" y="210" width="30.3" height="20" as="geometry"/>
                </mxCell>
                <mxCell id="749" value="NC" style="text;html=1;strokeColor=#B7B7B7;fillColor=none;align=center;verticalAlign=middle;whiteSpace=wrap;rounded=0;fontColor=#B7B7B7;" parent="1" vertex="1">
                    <mxGeometry x="160.54" y="290" width="30.3" height="20" as="geometry"/>
                </mxCell>
                <mxCell id="750" value="GND" style="text;html=1;strokeColor=#000000;fillColor=none;align=center;verticalAlign=middle;whiteSpace=wrap;rounded=0;fontColor=#000000;" parent="1" vertex="1">
                    <mxGeometry x="300" y="359.21" width="40.54" height="20" as="geometry"/>
                </mxCell>
                <mxCell id="751" value="GND" style="text;html=1;strokeColor=#000000;fillColor=none;align=center;verticalAlign=middle;whiteSpace=wrap;rounded=0;fontColor=#000000;rotation=-90;" parent="1" vertex="1">
                    <mxGeometry x="339.32" y="359.37000000000006" width="40" height="20" as="geometry"/>
                </mxCell>
                <mxCell id="755" value="" style="line;strokeWidth=2;html=1;strokeColor=#000000;fontColor=#000000;" parent="1" vertex="1">
                    <mxGeometry x="340.54" y="364.37" width="9.46" height="10" as="geometry"/>
                </mxCell>
                <mxCell id="757" value="" style="line;strokeWidth=2;html=1;strokeColor=#000000;fontColor=#000000;" parent="1" vertex="1">
                    <mxGeometry x="339.93" y="405" width="40" height="10" as="geometry"/>
                </mxCell>
                <mxCell id="758" value="" style="line;strokeWidth=2;html=1;strokeColor=#000000;fontColor=#000000;" parent="1" vertex="1">
                    <mxGeometry x="339.93" y="444.37" width="40" height="10" as="geometry"/>
                </mxCell>
                <mxCell id="766" value="NC" style="text;html=1;strokeColor=#B7B7B7;fillColor=none;align=center;verticalAlign=middle;whiteSpace=wrap;rounded=0;fontColor=#B7B7B7;" parent="1" vertex="1">
                    <mxGeometry x="310.24" y="640" width="30.3" height="20" as="geometry"/>
                </mxCell>
                <mxCell id="768" value="15_D13" style="text;html=1;strokeColor=#000000;fillColor=none;align=center;verticalAlign=middle;whiteSpace=wrap;rounded=0;fontColor=#000000;" parent="1" vertex="1">
                    <mxGeometry x="291.75" y="680" width="49.4" height="20" as="geometry"/>
                </mxCell>
                <mxCell id="769" value="6_D12_ADC1_5&lt;br&gt;_LP_SDA" style="text;html=1;strokeColor=#000000;fillColor=none;align=center;verticalAlign=middle;whiteSpace=wrap;rounded=0;fontColor=#000000;" parent="1" vertex="1">
                    <mxGeometry x="251.75" y="710" width="89.4" height="40" as="geometry"/>
                </mxCell>
                <mxCell id="770" value="7_D11_LP_SCL&lt;br&gt;_DAT1**" style="text;html=1;strokeColor=#000000;fillColor=none;align=center;verticalAlign=middle;whiteSpace=wrap;rounded=0;fontColor=#000000;" parent="1" vertex="1">
                    <mxGeometry x="251.75000000000006" y="750" width="89.4" height="40" as="geometry"/>
                </mxCell>
                <mxCell id="771" value="NC" style="text;html=1;strokeColor=#B7B7B7;fillColor=none;align=center;verticalAlign=middle;whiteSpace=wrap;rounded=0;fontColor=#B7B7B7;" parent="1" vertex="1">
                    <mxGeometry x="312.07" y="800" width="30.3" height="20" as="geometry"/>
                </mxCell>
                <mxCell id="796" value="^ SDIO Sampling &amp;amp; Edge Control" style="text;html=1;strokeColor=none;fillColor=none;align=left;verticalAlign=middle;whiteSpace=wrap;rounded=0;fontColor=#000000;" parent="1" vertex="1">
                    <mxGeometry x="162.37" y="850" width="180" height="20" as="geometry"/>
                </mxCell>
                <mxCell id="798" value="^^ Boot Print Control (DFLT: No Effect)" style="text;html=1;strokeColor=none;fillColor=none;align=left;verticalAlign=middle;whiteSpace=wrap;rounded=0;fontColor=#000000;" parent="1" vertex="1">
                    <mxGeometry x="162.37" y="870" width="210" height="20" as="geometry"/>
                </mxCell>
                <mxCell id="799" value="** Boot JTAG Control (DFLT: No Effect)" style="text;html=1;strokeColor=none;fillColor=none;align=left;verticalAlign=middle;whiteSpace=wrap;rounded=0;fontColor=#000000;" parent="1" vertex="1">
                    <mxGeometry x="162.37" y="890" width="220" height="20" as="geometry"/>
                </mxCell>
                <mxCell id="847" value="RESERVED&lt;div&gt;(SD Card)&lt;/div&gt;" style="text;html=1;strokeColor=#000000;fillColor=none;align=center;verticalAlign=middle;whiteSpace=wrap;rounded=0;fontColor=#000000;rotation=-90;" parent="1" vertex="1">
                    <mxGeometry x="80.09" y="349.53" width="100.3" height="39.37" as="geometry"/>
                </mxCell>
                <mxCell id="849" value="RESERVED&lt;div&gt;(SD Card)&lt;/div&gt;" style="text;html=1;strokeColor=#000000;fillColor=none;align=center;verticalAlign=middle;whiteSpace=wrap;rounded=0;fontColor=#000000;" parent="1" vertex="1">
                    <mxGeometry x="80" y="509.37" width="70.66" height="40" as="geometry"/>
                </mxCell>
                <mxCell id="853" value="" style="group" parent="1" vertex="1" connectable="0">
                    <mxGeometry x="341.15000000000003" y="279.37" width="41.21999999999997" height="20" as="geometry"/>
                </mxCell>
                <mxCell id="202" value="NC" style="text;html=1;strokeColor=#B7B7B7;fillColor=none;align=center;verticalAlign=middle;whiteSpace=wrap;rounded=0;fontColor=#B7B7B7;" parent="853" vertex="1">
                    <mxGeometry x="10.919999999999959" width="30.3" height="20" as="geometry"/>
                </mxCell>
                <mxCell id="203" value="" style="line;strokeWidth=2;html=1;strokeColor=#B7B7B7;fontColor=#000000;" parent="853" vertex="1">
                    <mxGeometry y="4.3700000000000045" width="10" height="10" as="geometry"/>
                </mxCell>
                <mxCell id="854" value="" style="group" parent="1" vertex="1" connectable="0">
                    <mxGeometry x="340.00000000000006" y="180" width="41.21999999999997" height="20" as="geometry"/>
                </mxCell>
                <mxCell id="855" value="NC" style="text;html=1;strokeColor=#B7B7B7;fillColor=none;align=center;verticalAlign=middle;whiteSpace=wrap;rounded=0;fontColor=#B7B7B7;" parent="854" vertex="1">
                    <mxGeometry x="10.919999999999959" width="30.3" height="20" as="geometry"/>
                </mxCell>
                <mxCell id="856" value="" style="line;strokeWidth=2;html=1;strokeColor=#B7B7B7;fontColor=#000000;" parent="854" vertex="1">
                    <mxGeometry y="4.3700000000000045" width="10" height="10" as="geometry"/>
                </mxCell>
                <mxCell id="858" value="LP perhpials only support&lt;div&gt;&lt;font style=&quot;color: light-dark(rgb(0, 0, 0), rgb(255, 255, 255));&quot;&gt;GPIO0-6&lt;/font&gt;&lt;/div&gt;" style="shape=note;size=20;whiteSpace=wrap;html=1;strokeColor=#000000;fontColor=#000000;fillColor=none;align=left;" parent="1" vertex="1">
                    <mxGeometry x="159.32" y="910" width="180" height="40" as="geometry"/>
                </mxCell>
                <mxCell id="909" value="" style="group;fillColor=none;gradientColor=none;" parent="1" vertex="1" connectable="0">
                    <mxGeometry x="540" y="920" width="209.39" height="80" as="geometry"/>
                </mxCell>
                <mxCell id="892" value="&lt;span style=&quot;background-color: light-dark(rgb(255, 255, 255), rgb(0, 0, 0));&quot;&gt;&lt;font style=&quot;color: light-dark(rgb(0, 0, 0), rgb(255, 255, 255));&quot;&gt;Controls&lt;/font&gt;&lt;font style=&quot;color: light-dark(rgb(0, 0, 0), rgb(255, 255, 255));&quot;&gt; &lt;/font&gt;&lt;font style=&quot;color: light-dark(rgb(0, 0, 0), rgb(255, 255, 255));&quot;&gt;Box&lt;/font&gt;&lt;/span&gt;" style="shape=umlFrame;whiteSpace=wrap;html=1;width=89;height=20;boundedLbl=1;verticalAlign=middle;align=left;spacingLeft=5;fontColor=#000000;strokeColor=#000000;fillColor=light-dark(#000000,#000000);gradientColor=none;fillStyle=solid;movable=1;resizable=1;rotatable=1;deletable=1;editable=1;connectable=1;" parent="909" vertex="1">
                    <mxGeometry width="209.39" height="80" as="geometry"/>
                </mxCell>
                <mxCell id="908" value="" style="group" parent="909" vertex="1" connectable="0">
                    <mxGeometry x="9.389999999999986" y="30" width="190" height="40.940000000000055" as="geometry"/>
                </mxCell>
                <mxCell id="900" value="" style="line;strokeWidth=2;html=1;strokeColor=#000000;fontColor=#000000;" parent="908" vertex="1">
                    <mxGeometry x="40" y="15" width="10" height="10" as="geometry"/>
                </mxCell>
                <mxCell id="901" value="&lt;font style=&quot;color: light-dark(rgb(0, 0, 0), rgb(255, 255, 255));&quot;&gt;3V3_&lt;/font&gt;&lt;div&gt;&lt;font style=&quot;color: light-dark(rgb(0, 0, 0), rgb(255, 255, 255));&quot;&gt;BuckBoost_&lt;/font&gt;&lt;/div&gt;&lt;div&gt;&lt;font style=&quot;color: light-dark(rgb(0, 0, 0), rgb(255, 255, 255));&quot;&gt;Out&lt;/font&gt;&lt;/div&gt;" style="text;html=1;strokeColor=#000000;fillColor=none;align=center;verticalAlign=middle;whiteSpace=wrap;rounded=0;fontColor=#000000;rotation=0;" parent="908" vertex="1">
                    <mxGeometry x="118.77999999999997" width="71.22" height="40.94" as="geometry"/>
                </mxCell>
                <mxCell id="903" value="" style="line;strokeWidth=2;html=1;strokeColor=#000000;fontColor=#000000;" parent="908" vertex="1">
                    <mxGeometry x="108.77999999999997" y="15.309999999999945" width="10" height="10" as="geometry"/>
                </mxCell>
                <mxCell id="904" value="3V3" style="text;html=1;strokeColor=#000000;fillColor=none;align=center;verticalAlign=middle;whiteSpace=wrap;rounded=0;fontColor=#000000;rotation=0;" parent="908" vertex="1">
                    <mxGeometry y="10" width="40" height="20" as="geometry"/>
                </mxCell>
                <mxCell id="907" value="&lt;span style=&quot;text-align: left;&quot;&gt;&lt;font style=&quot;color: light-dark(rgb(0, 0, 0), rgb(255, 255, 255));&quot;&gt;2 Position Header&lt;/font&gt;&lt;/span&gt;" style="text;html=1;strokeColor=#000000;fillColor=none;align=center;verticalAlign=middle;whiteSpace=wrap;rounded=0;fontColor=#000000;rotation=0;" parent="908" vertex="1">
                    <mxGeometry x="50" width="58.78" height="40.94" as="geometry"/>
                </mxCell>
                <mxCell id="910" value="NC" style="text;html=1;strokeColor=#B7B7B7;fillColor=none;align=center;verticalAlign=middle;whiteSpace=wrap;rounded=0;fontColor=#B7B7B7;" parent="1" vertex="1">
                    <mxGeometry x="160.54000000000002" y="560" width="30.3" height="20" as="geometry"/>
                </mxCell>
                <mxCell id="911" value="NC" style="text;html=1;strokeColor=#B7B7B7;fillColor=none;align=center;verticalAlign=middle;whiteSpace=wrap;rounded=0;fontColor=#B7B7B7;" parent="1" vertex="1">
                    <mxGeometry x="160.54" y="640" width="29.46" height="20" as="geometry"/>
                </mxCell>
                <mxCell id="914" value="26_D3*" style="text;html=1;strokeColor=#000000;fillColor=none;align=center;verticalAlign=middle;whiteSpace=wrap;rounded=0;fontColor=#000000;" parent="1" vertex="1">
                    <mxGeometry x="160.23" y="680" width="50" height="20" as="geometry"/>
                </mxCell>
                <mxCell id="916" value="" style="group" parent="1" vertex="1" connectable="0">
                    <mxGeometry x="382.37" y="690" width="95" height="110.63" as="geometry"/>
                </mxCell>
                <mxCell id="925" value="" style="group" parent="916" vertex="1" connectable="0">
                    <mxGeometry y="20.629999999999995" width="52.78" height="90" as="geometry"/>
                </mxCell>
                <mxCell id="918" value="" style="rounded=0;whiteSpace=wrap;html=1;fillColor=none;strokeColor=#000000;fontColor=#000000;container=0;" parent="925" vertex="1">
                    <mxGeometry width="52.78" height="70" as="geometry"/>
                </mxCell>
                <mxCell id="919" value="SCL" style="text;html=1;strokeColor=#000000;fillColor=none;align=center;verticalAlign=middle;whiteSpace=wrap;rounded=0;fontColor=#000000;container=0;" parent="925" vertex="1">
                    <mxGeometry y="50" width="42.22222222222222" height="20" as="geometry"/>
                </mxCell>
                <mxCell id="917" value="I2C Bus" style="text;html=1;strokeColor=none;fillColor=none;align=left;verticalAlign=middle;whiteSpace=wrap;rounded=0;fontColor=#000000;container=0;" parent="925" vertex="1">
                    <mxGeometry y="70" width="52.77777777777778" height="20" as="geometry"/>
                </mxCell>
                <mxCell id="920" value="SDA" style="text;html=1;strokeColor=#000000;fillColor=none;align=center;verticalAlign=middle;whiteSpace=wrap;rounded=0;fontColor=#000000;container=0;" parent="925" vertex="1">
                    <mxGeometry y="-3.552713678800501e-15" width="42.22222222222222" height="20" as="geometry"/>
                </mxCell>
                <mxCell id="922" value="" style="line;strokeWidth=2;html=1;strokeColor=#000000;fontColor=#000000;" parent="1" vertex="1">
                    <mxGeometry x="342.37" y="724.9999999999999" width="40" height="10" as="geometry"/>
                </mxCell>
                <mxCell id="923" value="" style="line;strokeWidth=2;html=1;strokeColor=#000000;fontColor=#000000;" parent="1" vertex="1">
                    <mxGeometry x="342.37" y="765" width="40" height="10" as="geometry"/>
                </mxCell>
                <mxCell id="926" value="3V3_C" style="text;html=1;strokeColor=#000000;fillColor=none;align=center;verticalAlign=middle;whiteSpace=wrap;rounded=0;fontColor=#000000;" parent="1" vertex="1">
                    <mxGeometry x="300" y="320" width="40.61" height="20" as="geometry"/>
                </mxCell>
                <mxCell id="931" value="" style="group" parent="1" vertex="1" connectable="0">
                    <mxGeometry x="380.54" y="379.21" width="52.78" height="81.42000000000002" as="geometry"/>
                </mxCell>
                <mxCell id="759" value="I2C Bus" style="text;html=1;strokeColor=none;fillColor=none;align=left;verticalAlign=middle;whiteSpace=wrap;rounded=0;fontColor=#000000;container=0;" parent="931" vertex="1">
                    <mxGeometry width="50" height="20" as="geometry"/>
                </mxCell>
                <mxCell id="760" value="" style="rounded=0;whiteSpace=wrap;html=1;fillColor=none;strokeColor=#000000;fontColor=#000000;container=0;" parent="931" vertex="1">
                    <mxGeometry y="20.79" width="50" height="60" as="geometry"/>
                </mxCell>
                <mxCell id="761" value="SCL" style="text;html=1;strokeColor=#000000;fillColor=none;align=center;verticalAlign=middle;whiteSpace=wrap;rounded=0;fontColor=#000000;container=0;" parent="931" vertex="1">
                    <mxGeometry y="21.420000000000016" width="39.46" height="20" as="geometry"/>
                </mxCell>
                <mxCell id="762" value="SDA" style="text;html=1;strokeColor=#000000;fillColor=none;align=center;verticalAlign=middle;whiteSpace=wrap;rounded=0;fontColor=#000000;container=0;" parent="931" vertex="1">
                    <mxGeometry y="61.420000000000016" width="39.46" height="20" as="geometry"/>
                </mxCell>
                <mxCell id="940" value="" style="group" parent="1" vertex="1" connectable="0">
                    <mxGeometry x="340" y="540" width="200.25" height="88.75" as="geometry"/>
                </mxCell>
                <mxCell id="326" value="" style="rounded=0;whiteSpace=wrap;html=1;fillColor=none;strokeColor=#000000;fontColor=#000000;" parent="940" vertex="1">
                    <mxGeometry x="20" y="20" width="110" height="60" as="geometry"/>
                </mxCell>
                <mxCell id="329" value="PWM" style="text;html=1;strokeColor=#000000;fillColor=none;align=center;verticalAlign=middle;whiteSpace=wrap;rounded=0;fontColor=#000000;" parent="940" vertex="1">
                    <mxGeometry x="20" y="20" width="40" height="22.5" as="geometry"/>
                </mxCell>
                <mxCell id="335" value="VDD" style="text;html=1;strokeColor=#000000;fillColor=none;align=center;verticalAlign=middle;whiteSpace=wrap;rounded=0;fontColor=#000000;" parent="940" vertex="1">
                    <mxGeometry x="90.00000000000006" y="20" width="40" height="20" as="geometry"/>
                </mxCell>
                <mxCell id="336" value="GND" style="text;html=1;strokeColor=#000000;fillColor=none;align=center;verticalAlign=middle;whiteSpace=wrap;rounded=0;fontColor=#000000;" parent="940" vertex="1">
                    <mxGeometry x="90.00000000000006" y="60" width="40" height="20" as="geometry"/>
                </mxCell>
                <mxCell id="458" value="" style="line;strokeWidth=2;html=1;strokeColor=#000000;fontColor=#000000;" parent="940" vertex="1">
                    <mxGeometry x="130" y="25" width="30" height="10" as="geometry"/>
                </mxCell>
                <mxCell id="461" value="" style="line;strokeWidth=2;html=1;strokeColor=#000000;fontColor=#000000;" parent="940" vertex="1">
                    <mxGeometry x="130" y="63.75" width="30" height="10" as="geometry"/>
                </mxCell>
                <mxCell id="499" value="" style="line;strokeWidth=2;html=1;strokeColor=#000000;fontColor=#000000;" parent="940" vertex="1">
                    <mxGeometry y="65" width="20" height="10" as="geometry"/>
                </mxCell>
                <mxCell id="500" value="" style="line;strokeWidth=2;html=1;strokeColor=#000000;fontColor=#000000;" parent="940" vertex="1">
                    <mxGeometry y="25" width="20" height="10" as="geometry"/>
                </mxCell>
                <mxCell id="460" value="GND" style="text;html=1;strokeColor=#000000;fillColor=none;align=center;verticalAlign=middle;whiteSpace=wrap;rounded=0;fontColor=#000000;rotation=0;" parent="940" vertex="1">
                    <mxGeometry x="160.24999999999994" y="58.75" width="40" height="20" as="geometry"/>
                </mxCell>
                <mxCell id="328" value="PosFB_V" style="text;html=1;strokeColor=#000000;fillColor=none;align=center;verticalAlign=middle;whiteSpace=wrap;rounded=0;fontColor=#000000;" parent="940" vertex="1">
                    <mxGeometry x="20" y="60" width="60" height="20" as="geometry"/>
                </mxCell>
                <mxCell id="340" value="7VDC" style="text;html=1;strokeColor=#000000;fillColor=none;align=center;verticalAlign=middle;whiteSpace=wrap;rounded=0;fontColor=#000000;rotation=0;" parent="940" vertex="1">
                    <mxGeometry x="160.25" y="21.25" width="40" height="20" as="geometry"/>
                </mxCell>
-                 <mxCell id="958" value="C" style="pointerEvents=1;verticalLabelPosition=bottom;shadow=0;dashed=0;align=center;html=1;verticalAlign=top;shape=mxgraph.electrical.capacitors.capacitor_1;rotation=-90;" vertex="1" parent="940">
+                 <mxCell id="958" value="C" style="pointerEvents=1;verticalLabelPosition=bottom;shadow=0;dashed=0;align=center;html=1;verticalAlign=top;shape=mxgraph.electrical.capacitors.capacitor_1;rotation=-90;" parent="940" vertex="1">
                    <mxGeometry x="124.94" y="38.370000000000005" width="40.12" height="21.63" as="geometry"/>
                </mxCell>
                <mxCell id="942" value="RESERVED&lt;div&gt;(Reset)&lt;/div&gt;" style="text;html=1;strokeColor=#000000;fillColor=none;align=center;verticalAlign=middle;whiteSpace=wrap;rounded=0;fontColor=#000000;" parent="1" vertex="1">
                    <mxGeometry x="80.43" y="120" width="70.23" height="30" as="geometry"/>
                </mxCell>
                <mxCell id="944" value="&lt;span style=&quot;&quot;&gt;&lt;font style=&quot;color: light-dark(rgb(0, 0, 0), rgb(255, 255, 255));&quot;&gt;Needs Testing&lt;/font&gt;&lt;/span&gt;" style="shape=note;size=20;whiteSpace=wrap;html=1;strokeColor=#000000;fontColor=#000000;fillColor=none;align=left;" parent="1" vertex="1">
                    <mxGeometry x="350" y="319.21" width="100" height="20.79" as="geometry"/>
                </mxCell>
                <mxCell id="946" value="RESERVED&lt;div&gt;(Fiber/UART)&lt;/div&gt;" style="text;html=1;strokeColor=#000000;fillColor=none;align=center;verticalAlign=middle;whiteSpace=wrap;rounded=0;fontColor=#000000;rotation=0;" parent="1" vertex="1">
                    <mxGeometry x="80" y="760" width="69.93" height="60" as="geometry"/>
                </mxCell>
                <mxCell id="950" value="RESERVED&lt;div&gt;(LP Fiber/UARG)&lt;/div&gt;" style="text;html=1;strokeColor=#000000;fillColor=none;align=center;verticalAlign=middle;whiteSpace=wrap;rounded=0;fontColor=#000000;rotation=90;" parent="1" vertex="1">
                    <mxGeometry x="334.67" y="484.62" width="80.07" height="48.62" as="geometry"/>
                </mxCell>
                <mxCell id="327" value="Actuator Header" style="text;html=1;strokeColor=none;fillColor=none;align=left;verticalAlign=middle;whiteSpace=wrap;rounded=0;fontColor=#000000;" parent="1" vertex="1">
                    <mxGeometry x="360" y="620" width="110" height="20" as="geometry"/>
                </mxCell>
                <mxCell id="954" value="RESERVED&lt;div&gt;(JTAG)&lt;/div&gt;" style="text;html=1;strokeColor=#000000;fillColor=none;align=center;verticalAlign=middle;whiteSpace=wrap;rounded=0;fontColor=#000000;rotation=90;" parent="1" vertex="1">
                    <mxGeometry x="490" y="530" width="160" height="39.37" as="geometry"/>
                </mxCell>
                <mxCell id="956" value="C" style="pointerEvents=1;verticalLabelPosition=bottom;shadow=0;dashed=0;align=center;html=1;verticalAlign=top;shape=mxgraph.electrical.capacitors.capacitor_1;rotation=-90;" parent="1" vertex="1">
                    <mxGeometry x="105.02000000000001" y="209.18" width="80.5" height="21.63" as="geometry"/>
                </mxCell>
                <mxCell id="957" value="&lt;span style=&quot;text-align: center; text-wrap-mode: nowrap;&quot;&gt;&lt;font style=&quot;color: light-dark(rgb(0, 0, 0), rgb(255, 255, 255));&quot;&gt;47-57 μF&lt;/font&gt;&lt;/span&gt;&lt;div&gt;&lt;span style=&quot;text-align: center; text-wrap-mode: nowrap; color: rgb(255, 255, 255);&quot;&gt;&lt;font style=&quot;color: light-dark(rgb(0, 0, 0), rgb(255, 255, 255));&quot;&gt;bypassed&lt;/font&gt;&lt;/span&gt;&lt;/div&gt;" style="shape=note;size=20;whiteSpace=wrap;html=1;strokeColor=#000000;fontColor=#000000;fillColor=none;align=left;" parent="1" vertex="1">
                    <mxGeometry x="30" y="199.99" width="70" height="40" as="geometry"/>
                </mxCell>
-                 <mxCell id="964" value="&lt;font style=&quot;color: light-dark(rgb(0, 0, 0), rgb(255, 255, 255));&quot;&gt;C:&lt;/font&gt;&lt;div&gt;&lt;font style=&quot;color: light-dark(rgb(0, 0, 0), rgb(255, 255, 255));&quot;&gt;2x22uF (&amp;lt;= 0603) +&lt;/font&gt;&lt;/div&gt;&lt;div&gt;&lt;font style=&quot;color: light-dark(rgb(0, 0, 0), rgb(255, 255, 255));&quot;&gt;2x1uF (&amp;lt;- 0402)&lt;/font&gt;&lt;/div&gt;" style="shape=note;size=20;whiteSpace=wrap;html=1;fillColor=none;" vertex="1" parent="1">
+                 <mxCell id="964" value="&lt;font style=&quot;color: light-dark(rgb(0, 0, 0), rgb(255, 255, 255));&quot;&gt;C:&lt;/font&gt;&lt;div&gt;&lt;font style=&quot;color: light-dark(rgb(0, 0, 0), rgb(255, 255, 255));&quot;&gt;3x22uF (&amp;lt;= 0603)&lt;/font&gt;&lt;/div&gt;" style="shape=note;size=20;whiteSpace=wrap;html=1;fillColor=none;" parent="1" vertex="1">
                    <mxGeometry x="400" y="129.37" width="110" height="60" as="geometry"/>
                </mxCell>
            </root>
        </mxGraphModel>
    </diagram>
</mxfile>